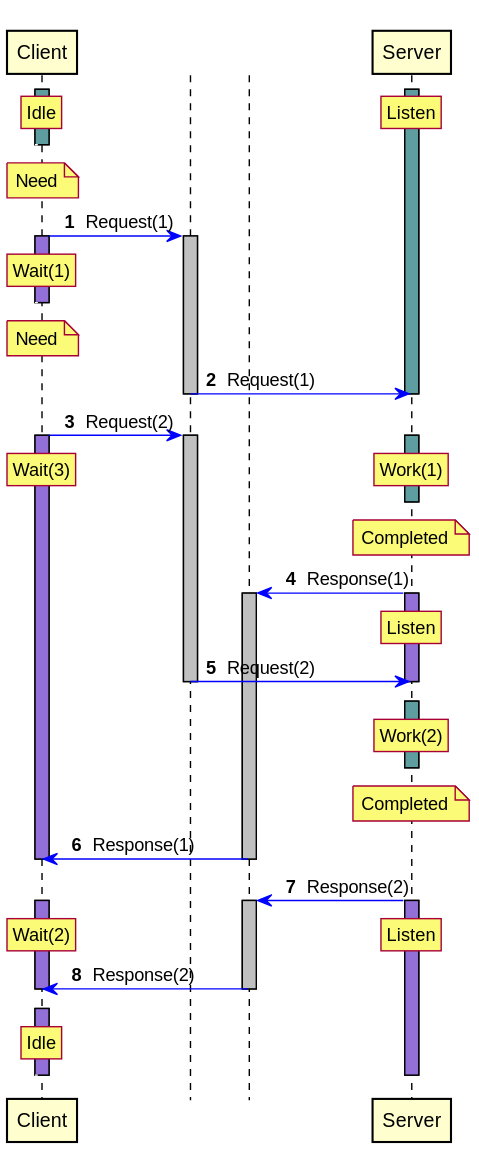
Before: tests/expected/test_ordered_client_server/sequence.svg, a diagram exported from PlantUML (orenbenkiki/total-space).
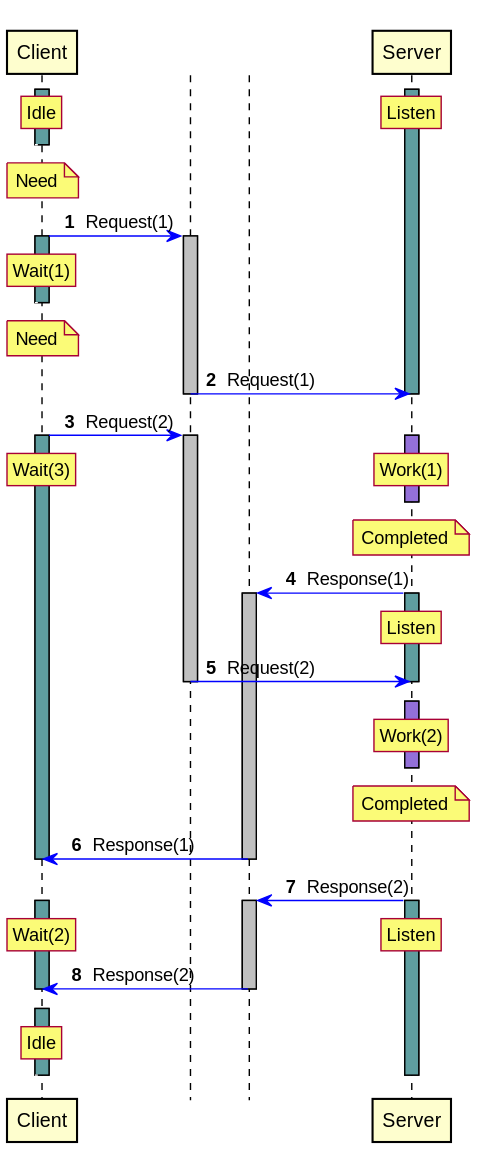
The same diagram one commit later.

Commit message:
Fix colors of deferred agents in sequence diagram.

What changed in the source:
```diff
@@ -24,7 +24,7 @@
 control " " as T0 order 10101
 A0 -[#Blue]> T0 : Request(1)
 activate T0 #Silver
-activate A0 #MediumPurple
+activate A0 #CadetBlue
 rnote over A0 : Wait(1)
 autonumber stop
 [<[#White]-- A0
@@ -36,8 +36,8 @@
 deactivate A1
 A0 -[#Blue]> T0 : Request(2)
 activate T0 #Silver
-activate A0 #MediumPurple
-activate A1 #CadetBlue
+activate A0 #CadetBlue
+activate A1 #MediumPurple
 rnote over A0 : Wait(3)
 / rnote over A1 : Work(1)
 autonumber stop
@@ -48,7 +48,7 @@
 control " " as T1 order 10199
 A1 -[#Blue]> T1 : Response(1)
 activate T1 #Silver
-activate A1 #MediumPurple
+activate A1 #CadetBlue
 rnote over A1 : Listen
 T0 -[#Blue]> A1 : Request(2)
 deactivate T0
@@ -56,7 +56,7 @@
 autonumber stop
 [<[#White]-- A0
 autonumber resume
-activate A1 #CadetBlue
+activate A1 #MediumPurple
 rnote over A1 : Work(2)
 autonumber stop
 [<[#White]-- A0
@@ -68,8 +68,8 @@
 deactivate A0
 A1 -[#Blue]> T1 : Response(2)
 activate T1 #Silver
-activate A1 #MediumPurple
-activate A0 #MediumPurple
+activate A1 #CadetBlue
+activate A0 #CadetBlue
 rnote over A1 : Listen
 / rnote over A0 : Wait(2)
 T1 -[#Blue]> A0 : Response(2)
@@ -78,7 +78,7 @@
 autonumber stop
 [<[#White]-- A0
 autonumber resume
-activate A0 #MediumPurple
+activate A0 #CadetBlue
 rnote over A0 : Idle
 autonumber stop
 [<[#White]-- A0
```
